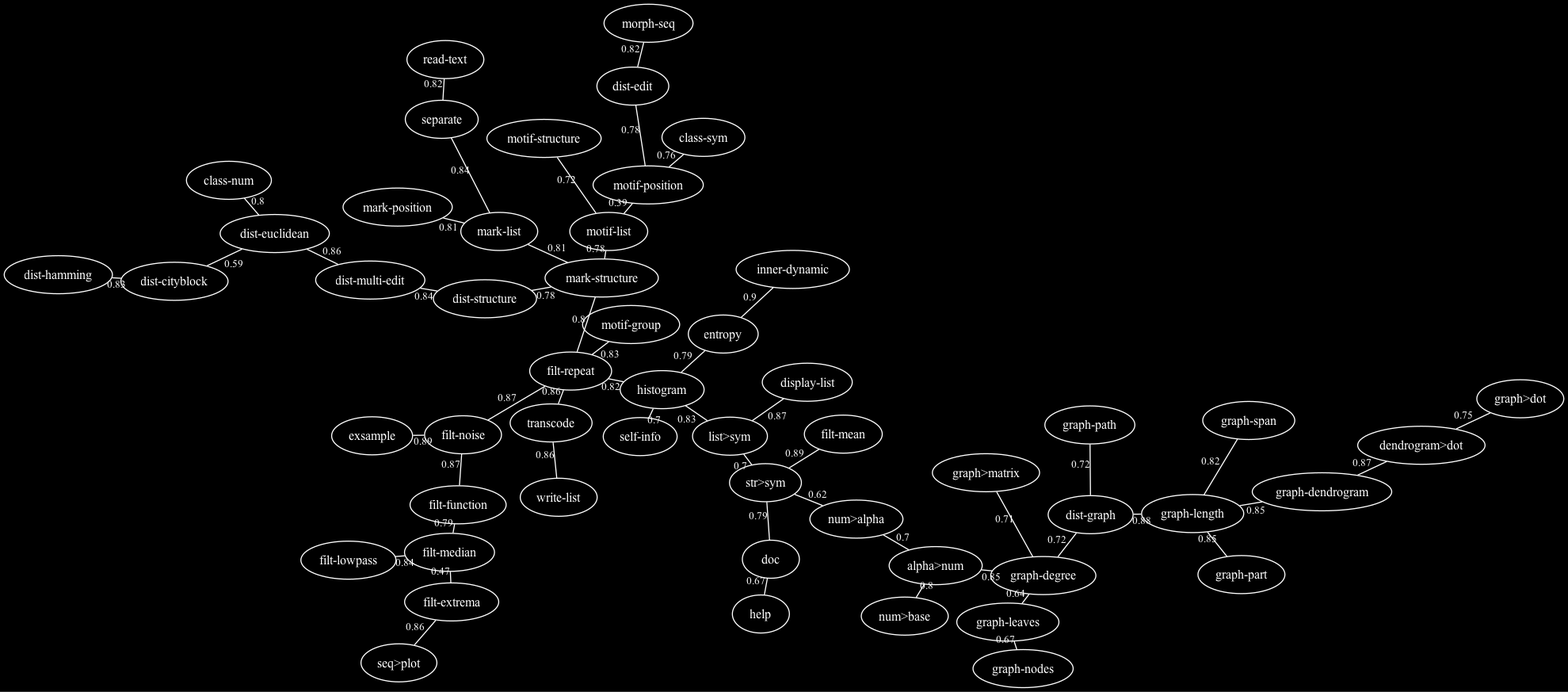
Earlier version of the Graphviz export doc/pictures/refrains-docstrings.png (FredVoisin/refrains). Its source is kept beside it as doc/pictures/refrains-docstrings.dot.
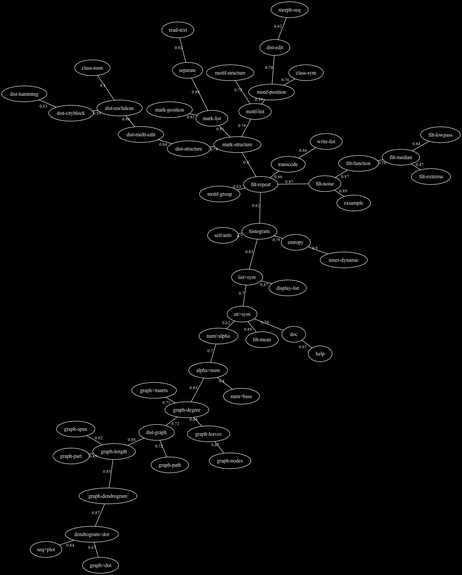
Above is the later version.

Change to the diagram source:
```diff
@@ -1,5 +1,5 @@
 graph "refrains-docstrings" {
-/* generated with refrains:graph>dot, 25 Oct 2026 13:40:23 */
+/* generated with refrains:graph>dot, 25 Oct 2026 14:07:33 */
  graph [overlap="false", sep="+4"];
  graph [bgcolor=black];
  node [shape="ellipse", font=Helvetica, fontsize=12, color=white, fontcolor=white];
@@ -9,6 +9,7 @@
  "dist-cityblock" -- "dist-euclidean" [w=1, len=0.590000, label="0.59"];
  "num>alpha" -- "str>sym" [w=1, len=0.620000, label="0.62"];
  "graph-degree" -- "graph-leaves" [w=1, len=0.640000, label="0.64"];
+ "dendrogram>dot" -- "graph>dot" [w=1, len=0.670000, label="0.67"];
  "doc" -- "help" [w=1, len=0.670000, label="0.67"];
  "graph-leaves" -- "graph-nodes" [w=1, len=0.670000, label="0.67"];
  "alpha>num" -- "num>alpha" [w=1, len=0.700000, label="0.7"];
@@ -18,7 +19,6 @@
  "dist-graph" -- "graph-degree" [w=1, len=0.720000, label="0.72"];
  "dist-graph" -- "graph-path" [w=1, len=0.720000, label="0.72"];
  "motif-list" -- "motif-structure" [w=1, len=0.720000, label="0.72"];
- "dendrogram>dot" -- "graph>dot" [w=1, len=0.750000, label="0.75"];
  "class-sym" -- "motif-position" [w=1, len=0.760000, label="0.76"];
  "dist-edit" -- "motif-position" [w=1, len=0.780000, label="0.78"];
  "dist-structure" -- "mark-structure" [w=1, len=0.780000, label="0.78"];
@@ -38,6 +38,7 @@
  "dist-cityblock" -- "dist-hamming" [w=1, len=0.830000, label="0.83"];
  "filt-repeat" -- "motif-group" [w=1, len=0.830000, label="0.83"];
  "histogram" -- "list>sym" [w=1, len=0.830000, label="0.83"];
+ "dendrogram>dot" -- "seq>plot" [w=1, len=0.840000, label="0.84"];
  "dist-multi-edit" -- "dist-structure" [w=1, len=0.840000, label="0.84"];
  "filt-lowpass" -- "filt-median" [w=1, len=0.840000, label="0.84"];
  "mark-list" -- "separate" [w=1, len=0.840000, label="0.84"];
@@ -45,7 +46,6 @@
  "graph-dendrogram" -- "graph-length" [w=1, len=0.850000, label="0.85"];
  "graph-length" -- "graph-part" [w=1, len=0.850000, label="0.85"];
  "dist-euclidean" -- "dist-multi-edit" [w=1, len=0.860000, label="0.86"];
- "filt-extrema" -- "seq>plot" [w=1, len=0.860000, label="0.86"];
  "filt-repeat" -- "transcode" [w=1, len=0.860000, label="0.86"];
  "transcode" -- "write-list" [w=1, len=0.860000, label="0.86"];
  "dendrogram>dot" -- "graph-dendrogram" [w=1, len=0.870000, label="0.87"];
```
